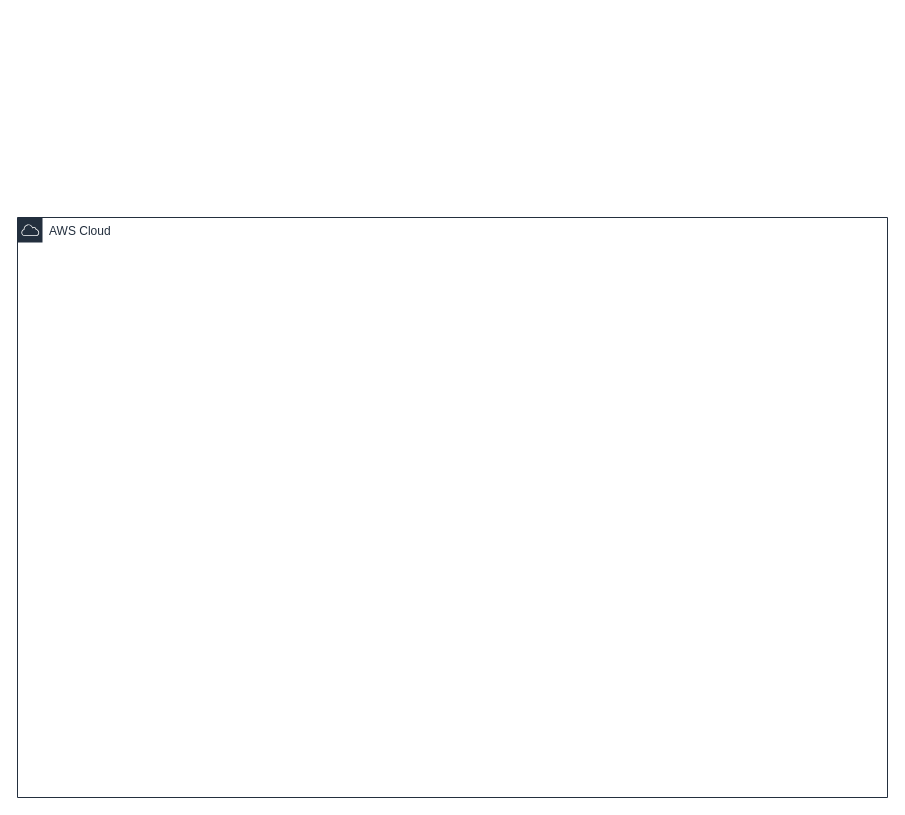
This is 2022-05-30/Untitled Diagram.drawio from RX1208/my-architecture-diagram, a draw.io file, before an edit. Source tidied: cells renumbered, new cells numbered last; positions are measured from the earlier drawing's top-left corner, leaving out a move shared by most shapes. Both pictures are drawn from the tidied source at 100%, with x=0, y=0 at pixel (17, 217).
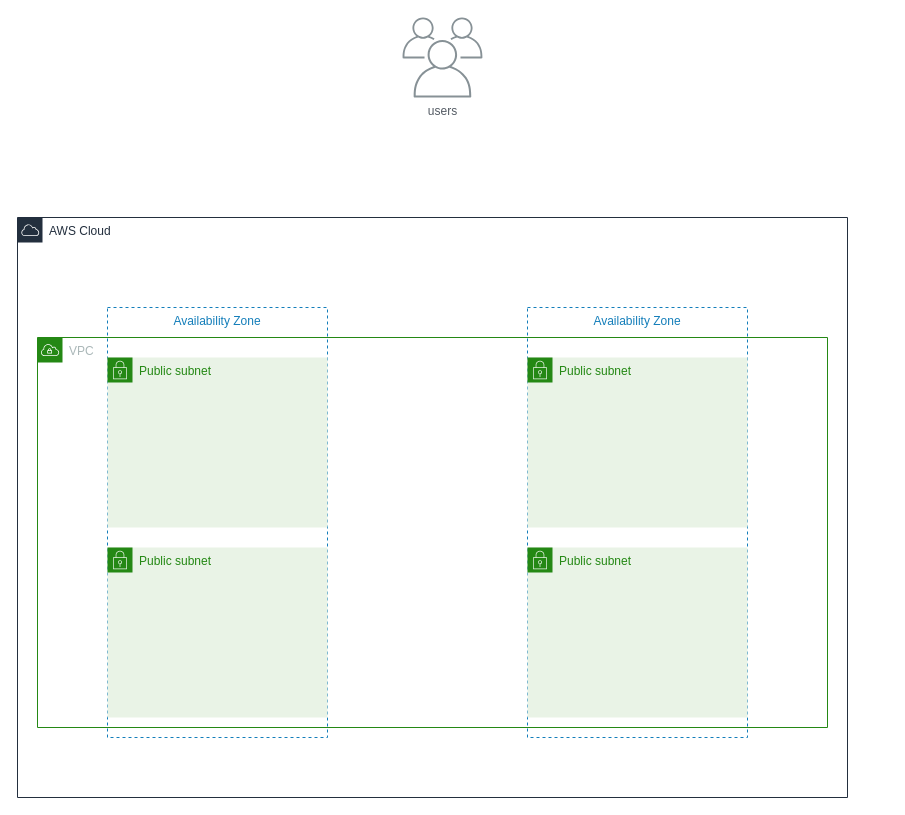
The same diagram, later.

Change to the diagram source:
```diff
@@
 <mxGraphModel>
   <root>
     <mxCell id="0" />
     <mxCell id="1" parent="0" />
     <mxCell id="2" value="AWS Cloud" style="gradientColor=none;html=1;whiteSpace=wrap;fontSize=12;fontStyle=0;shape=mxgraph.aws4.group;grIcon=mxgraph.aws4.group_aws_cloud;strokeColor=#232F3E;fillColor=none;verticalAlign=top;align=left;spacingLeft=30;fontColor=#232F3E;dashed=0;" parent="1" vertex="1">
-      <mxGeometry width="870" height="580" as="geometry" />
+      <mxGeometry width="830" height="580" as="geometry" />
     </mxCell>
+    <mxCell id="3" value="Availability Zone" style="fillColor=none;strokeColor=#147EBA;dashed=1;verticalAlign=top;fontStyle=0;fontColor=#147EBA;" parent="2" vertex="1">
+      <mxGeometry x="90" y="90" width="220" height="430" as="geometry" />
+    </mxCell>
+    <mxCell id="4" value="Availability Zone" style="fillColor=none;strokeColor=#147EBA;dashed=1;verticalAlign=top;fontStyle=0;fontColor=#147EBA;" parent="2" vertex="1">
+      <mxGeometry x="510" y="90" width="220" height="430" as="geometry" />
+    </mxCell>
+    <mxCell id="5" value="users" style="sketch=0;gradientColor=none;fontColor=#545B64;strokeColor=none;fillColor=#879196;dashed=0;verticalLabelPosition=bottom;verticalAlign=top;align=center;html=1;fontSize=12;fontStyle=0;shape=mxgraph.aws4.illustration_users;" parent="1" vertex="1">
+      <mxGeometry x="385" y="-200" width="80" height="80" as="geometry" />
+    </mxCell>
+    <mxCell id="6" value="VPC" style="gradientColor=none;html=1;whiteSpace=wrap;fontSize=12;fontStyle=0;shape=mxgraph.aws4.group;grIcon=mxgraph.aws4.group_vpc;strokeColor=#248814;fillColor=none;verticalAlign=top;align=left;spacingLeft=30;fontColor=#AAB7B8;dashed=0;" parent="1" vertex="1">
+      <mxGeometry x="20" y="120" width="790" height="390" as="geometry" />
+    </mxCell>
+    <mxCell id="7" value="Public subnet" style="gradientColor=none;html=1;whiteSpace=wrap;fontSize=12;fontStyle=0;shape=mxgraph.aws4.group;grIcon=mxgraph.aws4.group_security_group;grStroke=0;strokeColor=#248814;fillColor=#E9F3E6;verticalAlign=top;align=left;spacingLeft=30;fontColor=#248814;dashed=0;" parent="6" vertex="1">
+      <mxGeometry x="70" y="20" width="220" height="170" as="geometry" />
+    </mxCell>
+    <mxCell id="8" value="Public subnet" style="gradientColor=none;html=1;whiteSpace=wrap;fontSize=12;fontStyle=0;shape=mxgraph.aws4.group;grIcon=mxgraph.aws4.group_security_group;grStroke=0;strokeColor=#248814;fillColor=#E9F3E6;verticalAlign=top;align=left;spacingLeft=30;fontColor=#248814;dashed=0;" parent="6" vertex="1">
+      <mxGeometry x="70" y="210" width="220" height="170" as="geometry" />
+    </mxCell>
+    <mxCell id="9" value="Public subnet" style="gradientColor=none;html=1;whiteSpace=wrap;fontSize=12;fontStyle=0;shape=mxgraph.aws4.group;grIcon=mxgraph.aws4.group_security_group;grStroke=0;strokeColor=#248814;fillColor=#E9F3E6;verticalAlign=top;align=left;spacingLeft=30;fontColor=#248814;dashed=0;" parent="6" vertex="1">
+      <mxGeometry x="490" y="20" width="220" height="170" as="geometry" />
+    </mxCell>
+    <mxCell id="10" value="Public subnet" style="gradientColor=none;html=1;whiteSpace=wrap;fontSize=12;fontStyle=0;shape=mxgraph.aws4.group;grIcon=mxgraph.aws4.group_security_group;grStroke=0;strokeColor=#248814;fillColor=#E9F3E6;verticalAlign=top;align=left;spacingLeft=30;fontColor=#248814;dashed=0;" parent="6" vertex="1">
+      <mxGeometry x="490" y="210" width="220" height="170" as="geometry" />
+    </mxCell>
   </root>
 </mxGraphModel>
```
